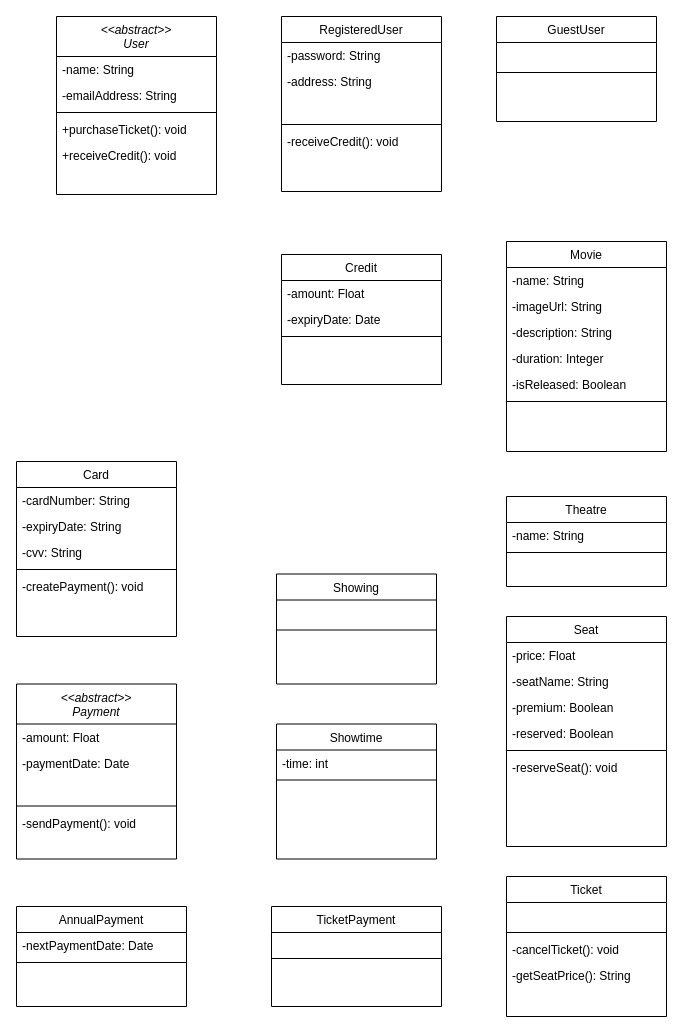
This is doc/drawio/ClassDiagramNoRelationship.drawio from ticket-kings/movie-theatre-system-backend, a draw.io file, before an edit. Source tidied: cells renumbered, new cells numbered last; positions are measured from the earlier drawing's top-left corner, leaving out a move shared by most shapes. Both pictures are drawn from the tidied source at 100%, with x=0, y=0 at pixel (16, 16).
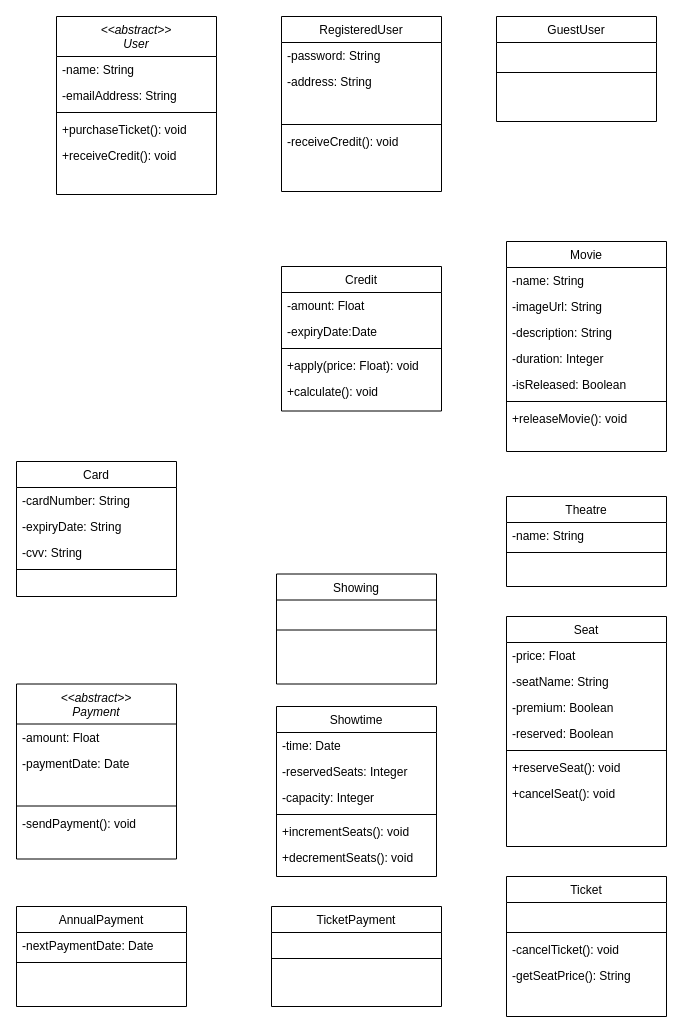
Above is the later version.

Commit message (it also covers changes not shown here):
Updated diagrams and code to match

The change refers to these unchanged cells:
```xml
<mxCell id="7" value="Movie" style="swimlane;fontStyle=0;align=center;verticalAlign=top;horizontal=1;startSize=26;rounded=0;shadow=0;strokeWidth=1;" parent="1" vertex="1">
  <mxGeometry x="490" y="225" width="160" height="210" as="geometry" />
</mxCell>
<mxCell id="17" value="Seat" style="swimlane;fontStyle=0;align=center;verticalAlign=top;horizontal=1;startSize=26;rounded=0;shadow=0;strokeWidth=1;" parent="1" vertex="1">
  <mxGeometry x="490" y="600" width="160" height="230" as="geometry" />
</mxCell>
```

Diff of the diagram source:
```diff
@@
+    <mxCell id="67" value="+releaseMovie(): void" style="text;align=left;verticalAlign=top;spacingLeft=4;spacingRight=4;overflow=hidden;rounded=0;" parent="7" vertex="1">
+      <mxGeometry y="164" width="160" height="26" as="geometry" />
+    </mxCell>
     <mxCell id="14" value="Showtime" style="swimlane;fontStyle=0;align=center;verticalAlign=top;horizontal=1;startSize=26;rounded=0;shadow=0;strokeWidth=1;" parent="1" vertex="1">
-      <mxGeometry x="260" y="707.5" width="160" height="135" as="geometry" />
+      <mxGeometry x="260" y="690" width="160" height="170" as="geometry" />
     </mxCell>
-    <mxCell id="15" value="-time: int" style="text;align=left;verticalAlign=top;spacingLeft=4;spacingRight=4;overflow=hidden;rounded=0;shadow=0;html=0;" parent="14" vertex="1">
+    <mxCell id="15" value="-time: Date" style="text;align=left;verticalAlign=top;spacingLeft=4;spacingRight=4;overflow=hidden;rounded=0;shadow=0;html=0;" parent="14" vertex="1">
       <mxGeometry y="26" width="160" height="26" as="geometry" />
     </mxCell>
+    <mxCell id="68" value="-reservedSeats: Integer" style="text;align=left;verticalAlign=top;spacingLeft=4;spacingRight=4;overflow=hidden;rounded=0;shadow=0;html=0;" parent="14" vertex="1">
+      <mxGeometry y="52" width="160" height="26" as="geometry" />
+    </mxCell>
+    <mxCell id="69" value="-capacity: Integer" style="text;align=left;verticalAlign=top;spacingLeft=4;spacingRight=4;overflow=hidden;rounded=0;shadow=0;html=0;" parent="14" vertex="1">
+      <mxGeometry y="78" width="160" height="26" as="geometry" />
+    </mxCell>
     <mxCell id="16" style="line;html=1;strokeWidth=1;align=left;verticalAlign=middle;spacingTop=-1;spacingLeft=3;spacingRight=3;labelPosition=right;rounded=0;" parent="14" vertex="1">
-      <mxGeometry y="52" width="160" height="8" as="geometry" />
+      <mxGeometry y="104" width="160" height="8" as="geometry" />
     </mxCell>
+    <mxCell id="70" value="+incrementSeats(): void" style="text;align=left;verticalAlign=top;spacingLeft=4;spacingRight=4;overflow=hidden;fontStyle=0;rounded=0;" parent="14" vertex="1">
+      <mxGeometry y="112" width="160" height="26" as="geometry" />
+    </mxCell>
+    <mxCell id="71" value="+decrementSeats(): void" style="text;align=left;verticalAlign=top;spacingLeft=4;spacingRight=4;overflow=hidden;fontStyle=0;rounded=0;" parent="14" vertex="1">
+      <mxGeometry y="138" width="160" height="26" as="geometry" />
+    </mxCell>
@@
-    <mxCell id="23" value="-reserveSeat(): void" style="text;align=left;verticalAlign=top;spacingLeft=4;spacingRight=4;overflow=hidden;fontStyle=0;rounded=0;" parent="17" vertex="1">
+    <mxCell id="23" value="+reserveSeat(): void" style="text;align=left;verticalAlign=top;spacingLeft=4;spacingRight=4;overflow=hidden;fontStyle=0;rounded=0;" parent="17" vertex="1">
       <mxGeometry y="138" width="160" height="26" as="geometry" />
     </mxCell>
+    <mxCell id="72" value="+cancelSeat(): void" style="text;align=left;verticalAlign=top;spacingLeft=4;spacingRight=4;overflow=hidden;fontStyle=0;rounded=0;" parent="17" vertex="1">
+      <mxGeometry y="164" width="160" height="26" as="geometry" />
+    </mxCell>
@@
-    <mxCell id="57" value="Credit" style="swimlane;fontStyle=0;align=center;verticalAlign=top;horizontal=1;startSize=26;rounded=0;shadow=0;strokeWidth=1;" parent="1" vertex="1">
-      <mxGeometry x="265" y="238" width="160" height="130" as="geometry" />
-    </mxCell>
-    <mxCell id="58" value="-amount: Float" style="text;align=left;verticalAlign=top;spacingLeft=4;spacingRight=4;overflow=hidden;rounded=0;" parent="57" vertex="1">
-      <mxGeometry y="26" width="160" height="26" as="geometry" />
-    </mxCell>
-    <mxCell id="59" value="-expiryDate: Date" style="text;align=left;verticalAlign=top;spacingLeft=4;spacingRight=4;overflow=hidden;rounded=0;shadow=0;html=0;" parent="57" vertex="1">
-      <mxGeometry y="52" width="160" height="26" as="geometry" />
-    </mxCell>
-    <mxCell id="60" style="line;html=1;strokeWidth=1;align=left;verticalAlign=middle;spacingTop=-1;spacingLeft=3;spacingRight=3;labelPosition=right;rounded=0;" parent="57" vertex="1">
-      <mxGeometry y="78" width="160" height="8" as="geometry" />
-    </mxCell>
     <mxCell id="61" value="Card" style="swimlane;fontStyle=0;align=center;verticalAlign=top;horizontal=1;startSize=26;rounded=0;shadow=0;strokeWidth=1;" parent="1" vertex="1">
-      <mxGeometry y="445" width="160" height="175" as="geometry" />
+      <mxGeometry y="445" width="160" height="135" as="geometry" />
     </mxCell>
@@
-    <mxCell id="66" value="-createPayment(): void" style="text;align=left;verticalAlign=top;spacingLeft=4;spacingRight=4;overflow=hidden;fontStyle=0;rounded=0;" parent="61" vertex="1">
-      <mxGeometry y="112" width="160" height="26" as="geometry" />
-    </mxCell>
+    <mxCell id="57" value="Credit" style="swimlane;fontStyle=0;align=center;verticalAlign=top;horizontal=1;startSize=26;rounded=0;shadow=0;strokeWidth=1;" parent="1" vertex="1">
+      <mxGeometry x="265" y="250" width="160" height="144.5" as="geometry" />
+    </mxCell>
+    <mxCell id="58" value="-amount: Float" style="text;align=left;verticalAlign=top;spacingLeft=4;spacingRight=4;overflow=hidden;rounded=0;" parent="57" vertex="1">
+      <mxGeometry y="26" width="160" height="26" as="geometry" />
+    </mxCell>
+    <mxCell id="73" value="-expiryDate:Date" style="text;align=left;verticalAlign=top;spacingLeft=4;spacingRight=4;overflow=hidden;rounded=0;" parent="57" vertex="1">
+      <mxGeometry y="52" width="160" height="26" as="geometry" />
+    </mxCell>
+    <mxCell id="60" style="line;html=1;strokeWidth=1;align=left;verticalAlign=middle;spacingTop=-1;spacingLeft=3;spacingRight=3;labelPosition=right;rounded=0;" parent="57" vertex="1">
+      <mxGeometry y="78" width="160" height="8" as="geometry" />
+    </mxCell>
+    <mxCell id="74" value="+apply(price: Float): void" style="text;align=left;verticalAlign=top;spacingLeft=4;spacingRight=4;overflow=hidden;fontStyle=0;rounded=0;" parent="57" vertex="1">
+      <mxGeometry y="86" width="160" height="26" as="geometry" />
+    </mxCell>
+    <mxCell id="75" value="+calculate(): void" style="text;align=left;verticalAlign=top;spacingLeft=4;spacingRight=4;overflow=hidden;fontStyle=0;rounded=0;" parent="57" vertex="1">
+      <mxGeometry y="112" width="160" height="26" as="geometry" />
+    </mxCell>
```
